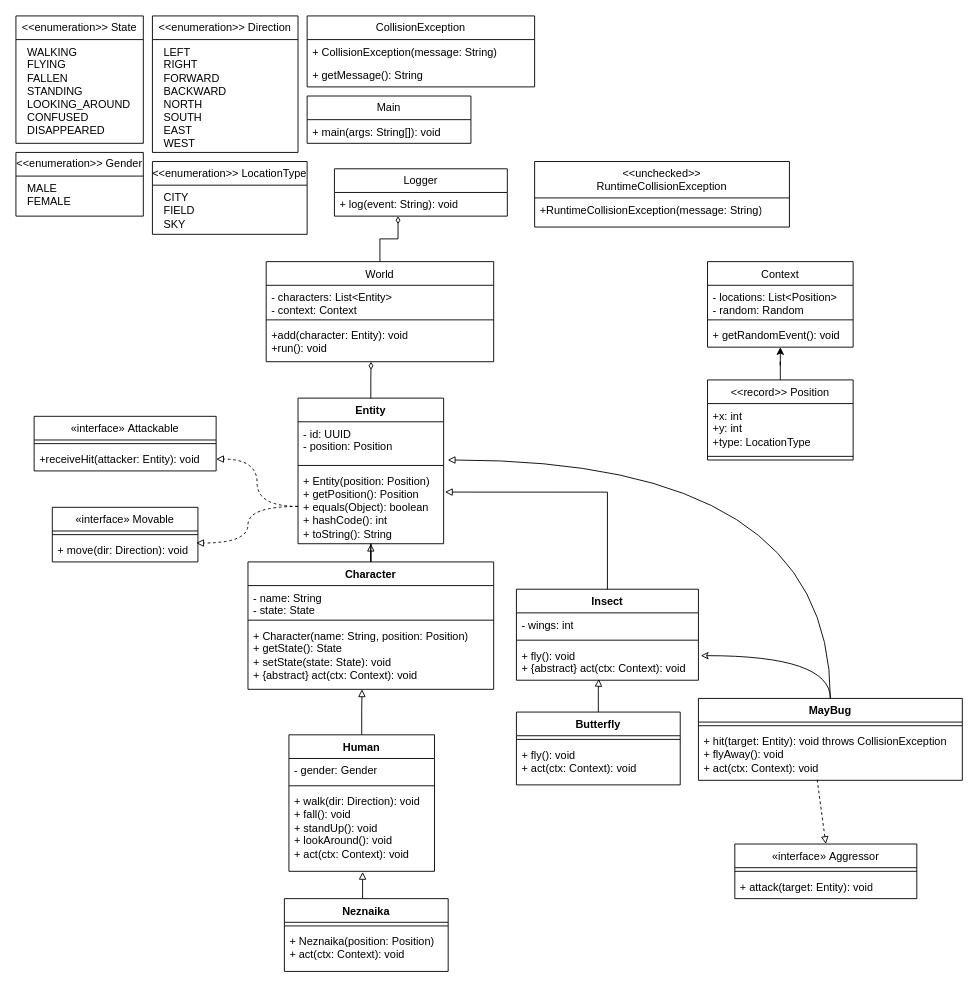
mohamedellithyyyy/ITMO-Hub keeps this draw.io diagram as Programming/Semester-1/Labs/Lab4/docs/diagrams/UML.drawio. Above is the earlier version. Source tidied: cells renumbered, new cells numbered last; positions are measured from the earlier drawing's top-left corner, leaving out a move shared by most shapes. Both pictures are drawn from the tidied source at 91%, with x=0, y=0 at pixel (15, 15).
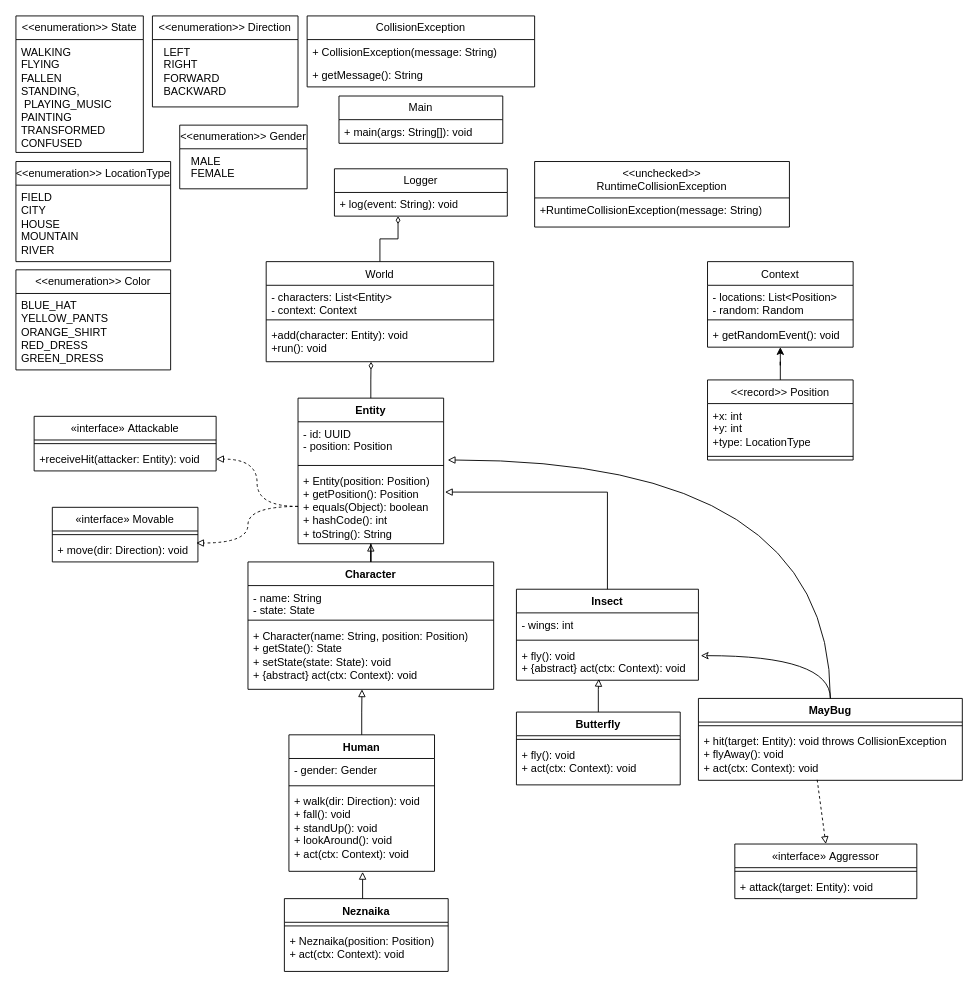
The same page after the edit.

Change to the diagram source:
```diff
@@
     <mxCell id="2" value="&lt;span style=&quot;text-align: start; background-color: transparent; color: light-dark(rgb(0, 0, 0), rgb(255, 255, 255));&quot;&gt;&amp;lt;&amp;lt;enumeration&amp;gt;&amp;gt;&amp;nbsp;&lt;/span&gt;State" style="swimlane;fontStyle=0;horizontal=1;startSize=26;fillColor=none;whiteSpace=wrap;html=1;" parent="1" vertex="1">
-      <mxGeometry width="140" height="140" as="geometry" />
+      <mxGeometry width="140" height="150" as="geometry" />
     </mxCell>
-    <mxCell id="3" value="&lt;div&gt;&amp;nbsp; WALKING&lt;/div&gt;&lt;div&gt;&amp;nbsp; FLYING&lt;/div&gt;&lt;div&gt;&amp;nbsp; FALLEN&lt;/div&gt;&lt;div&gt;&amp;nbsp; STANDING&lt;/div&gt;&lt;div&gt;&amp;nbsp; LOOKING_AROUND&lt;/div&gt;&lt;div&gt;&amp;nbsp; CONFUSED&lt;/div&gt;&lt;div&gt;&amp;nbsp; DISAPPEARED&lt;/div&gt;" style="text;strokeColor=none;fillColor=none;align=left;verticalAlign=top;spacingLeft=4;spacingRight=4;overflow=hidden;whiteSpace=wrap;html=1;" parent="2" vertex="1">
-      <mxGeometry y="26" width="140" height="114" as="geometry" />
+    <mxCell id="3" value="WALKING&lt;div&gt;FLYING&lt;/div&gt;&lt;div&gt;FALLEN&lt;/div&gt;&lt;div&gt;STANDING,&amp;nbsp; &amp;nbsp; &amp;nbsp;PLAYING_MUSIC&lt;/div&gt;&lt;div&gt;&lt;span style=&quot;background-color: transparent; color: light-dark(rgb(0, 0, 0), rgb(255, 255, 255));&quot;&gt;PAINTING&lt;/span&gt;&lt;/div&gt;&lt;div&gt;&lt;span style=&quot;background-color: transparent; color: light-dark(rgb(0, 0, 0), rgb(255, 255, 255));&quot;&gt;TRANSFORMED&amp;nbsp; &amp;nbsp; CONFUSED&lt;/span&gt;&lt;/div&gt;" style="text;strokeColor=none;fillColor=none;align=left;verticalAlign=top;spacingLeft=4;spacingRight=4;overflow=hidden;whiteSpace=wrap;html=1;" parent="2" vertex="1">
+      <mxGeometry y="26" width="140" height="124" as="geometry" />
     </mxCell>
     <mxCell id="4" value="&lt;span style=&quot;text-align: start; background-color: transparent; color: light-dark(rgb(0, 0, 0), rgb(255, 255, 255));&quot;&gt;&amp;lt;&amp;lt;enumeration&amp;gt;&amp;gt;&amp;nbsp;&lt;/span&gt;Gender" style="swimlane;fontStyle=0;horizontal=1;startSize=26;fillColor=none;whiteSpace=wrap;html=1;" parent="1" vertex="1">
-      <mxGeometry y="150" width="140" height="70" as="geometry" />
+      <mxGeometry x="180" y="120" width="140" height="70" as="geometry" />
     </mxCell>
@@
     <mxCell id="6" value="&lt;span style=&quot;text-align: start; background-color: transparent; color: light-dark(rgb(0, 0, 0), rgb(255, 255, 255));&quot;&gt;&amp;lt;&amp;lt;enumeration&amp;gt;&amp;gt;&amp;nbsp;&lt;/span&gt;Direction" style="swimlane;fontStyle=0;horizontal=1;startSize=26;fillColor=none;whiteSpace=wrap;html=1;" parent="1" vertex="1">
-      <mxGeometry x="150" width="160" height="150" as="geometry" />
+      <mxGeometry x="150" width="160" height="100" as="geometry" />
     </mxCell>
-    <mxCell id="7" value="&lt;div&gt;&amp;nbsp; LEFT&lt;/div&gt;&lt;div&gt;&amp;nbsp; RIGHT&lt;/div&gt;&lt;div&gt;&amp;nbsp; FORWARD&lt;/div&gt;&lt;div&gt;&amp;nbsp; BACKWARD&lt;/div&gt;&lt;div&gt;&amp;nbsp; NORTH&lt;/div&gt;&lt;div&gt;&amp;nbsp; SOUTH&lt;/div&gt;&lt;div&gt;&amp;nbsp; EAST&lt;/div&gt;&lt;div&gt;&amp;nbsp; WEST&lt;/div&gt;" style="text;strokeColor=none;fillColor=none;align=left;verticalAlign=top;spacingLeft=4;spacingRight=4;overflow=hidden;whiteSpace=wrap;html=1;" parent="6" vertex="1">
-      <mxGeometry y="26" width="160" height="124" as="geometry" />
+    <mxCell id="7" value="&lt;div&gt;&amp;nbsp; LEFT&lt;/div&gt;&lt;div&gt;&amp;nbsp; RIGHT&lt;/div&gt;&lt;div&gt;&amp;nbsp; FORWARD&lt;/div&gt;&lt;div&gt;&amp;nbsp; BACKWARD&lt;/div&gt;&lt;div&gt;&amp;nbsp;&lt;/div&gt;" style="text;strokeColor=none;fillColor=none;align=left;verticalAlign=top;spacingLeft=4;spacingRight=4;overflow=hidden;whiteSpace=wrap;html=1;" parent="6" vertex="1">
+      <mxGeometry y="26" width="160" height="74" as="geometry" />
     </mxCell>
     <mxCell id="8" value="&lt;span style=&quot;text-align: start; background-color: transparent; color: light-dark(rgb(0, 0, 0), rgb(255, 255, 255));&quot;&gt;&amp;lt;&amp;lt;enumeration&amp;gt;&amp;gt;&amp;nbsp;&lt;/span&gt;LocationType" style="swimlane;fontStyle=0;horizontal=1;startSize=26;fillColor=none;whiteSpace=wrap;html=1;" parent="1" vertex="1">
-      <mxGeometry x="150" y="160" width="170" height="80" as="geometry" />
+      <mxGeometry y="160" width="170" height="110" as="geometry" />
     </mxCell>
-    <mxCell id="9" value="&lt;div&gt;&amp;nbsp; CITY&lt;/div&gt;&lt;div&gt;&amp;nbsp; FIELD&lt;/div&gt;&lt;div&gt;&amp;nbsp; SKY&lt;/div&gt;" style="text;strokeColor=none;fillColor=none;align=left;verticalAlign=top;spacingLeft=4;spacingRight=4;overflow=hidden;whiteSpace=wrap;html=1;" parent="8" vertex="1">
-      <mxGeometry y="26" width="170" height="54" as="geometry" />
+    <mxCell id="9" value="&lt;div&gt;FIELD&lt;/div&gt;&lt;div&gt;CITY&lt;/div&gt;&lt;div&gt;HOUSE&lt;/div&gt;&lt;div&gt;MOUNTAIN&lt;/div&gt;&lt;div&gt;RIVER&lt;/div&gt;" style="text;strokeColor=none;fillColor=none;align=left;verticalAlign=top;spacingLeft=4;spacingRight=4;overflow=hidden;whiteSpace=wrap;html=1;" parent="8" vertex="1">
+      <mxGeometry y="26" width="170" height="84" as="geometry" />
     </mxCell>
     <mxCell id="10" value="Main" style="swimlane;fontStyle=0;horizontal=1;startSize=26;fillColor=none;whiteSpace=wrap;html=1;" parent="1" vertex="1">
-      <mxGeometry x="320" y="88" width="180" height="52" as="geometry" />
+      <mxGeometry x="355" y="88" width="180" height="52" as="geometry" />
     </mxCell>
@@
+    <mxCell id="77" value="&lt;span style=&quot;text-align: start; background-color: transparent; color: light-dark(rgb(0, 0, 0), rgb(255, 255, 255));&quot;&gt;&amp;lt;&amp;lt;enumeration&amp;gt;&amp;gt; Color&lt;/span&gt;" style="swimlane;fontStyle=0;horizontal=1;startSize=26;fillColor=none;whiteSpace=wrap;html=1;" parent="1" vertex="1">
+      <mxGeometry y="279" width="170" height="110" as="geometry" />
+    </mxCell>
+    <mxCell id="78" value="&lt;div&gt;BLUE_HAT&lt;/div&gt;&lt;div&gt;YELLOW_PANTS&lt;/div&gt;&lt;div&gt;ORANGE_SHIRT&lt;/div&gt;&lt;div&gt;RED_DRESS&lt;/div&gt;&lt;div&gt;GREEN_DRESS&lt;/div&gt;" style="text;strokeColor=none;fillColor=none;align=left;verticalAlign=top;spacingLeft=4;spacingRight=4;overflow=hidden;whiteSpace=wrap;html=1;" parent="77" vertex="1">
+      <mxGeometry y="26" width="170" height="84" as="geometry" />
+    </mxCell>
```
